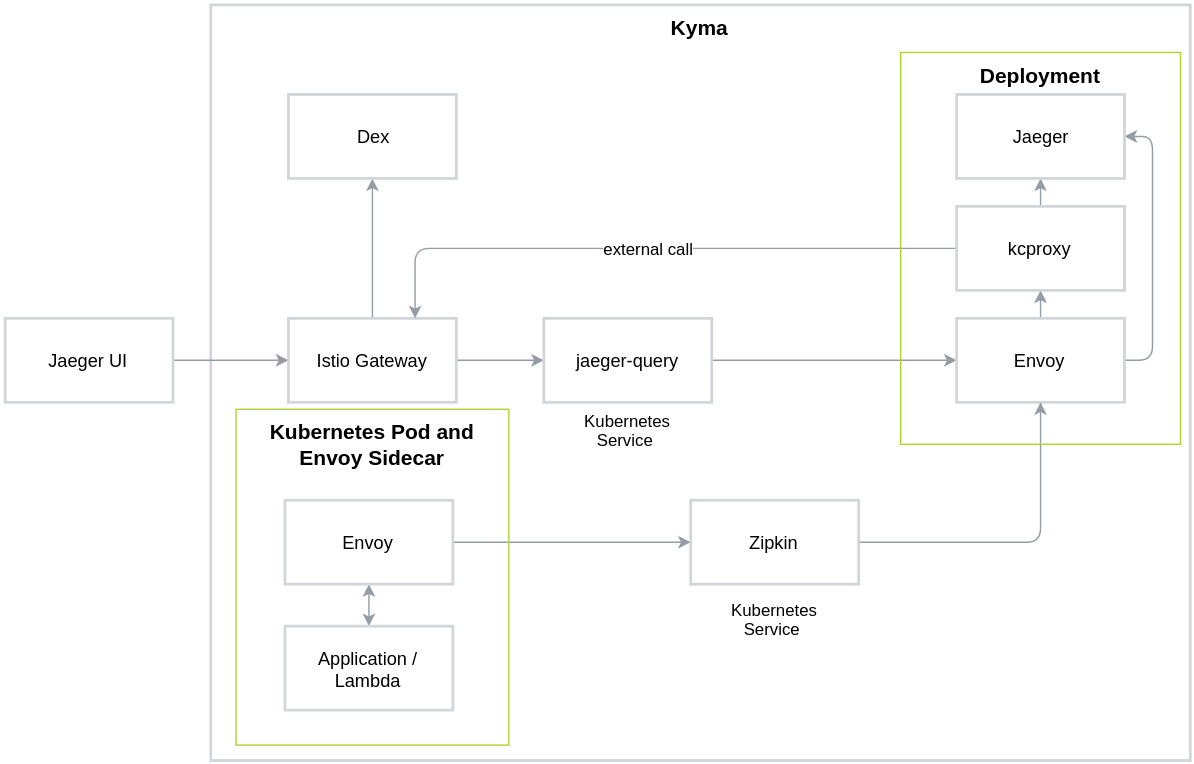
The draw.io diagram docs/tracing/assets/tracing-architecture.svg in kyma-project/kyma, before a commit. Source tidied: cells renumbered, new cells last; positions are measured from the earlier drawing's top-left corner, leaving out a move shared by most shapes.
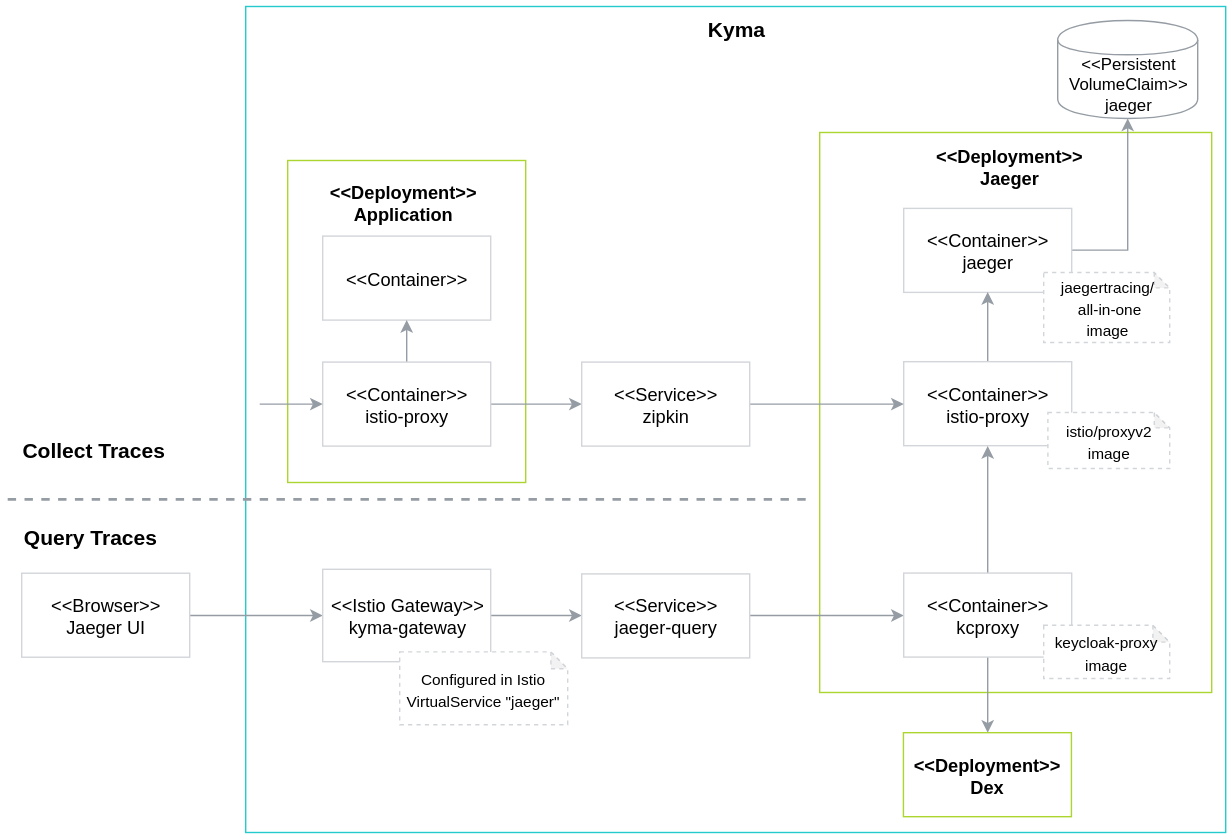
After the commit.

Commit message:
Improve tracing architecture documentation

Diff of the diagram source:
```diff
@@ -1,92 +1,113 @@
-<mxGraphModel background="#FFFFFF">
+<mxGraphModel background="#ffffff">
   <root>
     <mxCell id="0" />
     <mxCell id="1" parent="0" />
-    <mxCell id="2" value="&lt;font style=&quot;font-size: 15px&quot;&gt;&lt;b&gt;Kyma&lt;/b&gt;&lt;/font&gt;" style="rounded=0;whiteSpace=wrap;html=1;strokeColor=#D2D5D9;strokeWidth=2;fillColor=none;verticalAlign=top;labelBackgroundColor=none;" parent="1" vertex="1">
-      <mxGeometry x="147" width="700" height="540" as="geometry" />
+    <mxCell id="2" value="&lt;font style=&quot;font-size: 15px&quot;&gt;&lt;b&gt;Kyma&lt;/b&gt;&lt;/font&gt;" style="rounded=0;whiteSpace=wrap;html=1;strokeColor=#24CACC;fillColor=none;fontSize=13;verticalAlign=top;" parent="1" vertex="1">
+      <mxGeometry x="-20" y="114" width="700" height="590" as="geometry" />
     </mxCell>
-    <mxCell id="3" style="edgeStyle=orthogonalEdgeStyle;rounded=0;html=1;jettySize=auto;strokeColor=#959CA4;strokeWidth=1;" parent="1" edge="1" source="4" target="7">
-      <mxGeometry relative="1" as="geometry" />
+    <mxCell id="3" style="rounded=0;whiteSpace=wrap;html=1;fontSize=13;strokeColor=#ACD62F;" parent="1" vertex="1">
+      <mxGeometry x="390" y="204" width="280" height="400" as="geometry" />
     </mxCell>
-    <mxCell id="4" value="&lt;font style=&quot;font-size: 13px&quot;&gt;Jaeger UI&lt;/font&gt;" style="rounded=0;whiteSpace=wrap;html=1;strokeColor=#D2D5D9;strokeWidth=2;" parent="1" vertex="1">
-      <mxGeometry y="224" width="120" height="60" as="geometry" />
+    <mxCell id="4" style="edgeStyle=orthogonalEdgeStyle;rounded=0;jettySize=auto;html=1;exitX=1;exitY=0.5;exitDx=0;exitDy=0;entryX=0;entryY=0.5;entryDx=0;entryDy=0;fontSize=13;strokeColor=#959CA4;" parent="1" edge="1" source="5" target="7">
+      <mxGeometry relative="1" as="geometry" />
     </mxCell>
-    <mxCell id="5" style="edgeStyle=orthogonalEdgeStyle;rounded=1;html=1;jettySize=auto;strokeColor=#959CA4;strokeWidth=1;" parent="1" edge="1" source="7" target="10">
-      <mxGeometry relative="1" as="geometry" />
+    <mxCell id="5" value="&lt;font style=&quot;font-size: 13px&quot;&gt;&amp;lt;&amp;lt;Browser&amp;gt;&amp;gt;&lt;br&gt;Jaeger UI&lt;/font&gt;" style="rounded=0;whiteSpace=wrap;html=1;strokeColor=#D2D5D9;" parent="1" vertex="1">
+      <mxGeometry x="-180" y="518.8" width="120" height="60" as="geometry" />
     </mxCell>
-    <mxCell id="6" style="edgeStyle=orthogonalEdgeStyle;rounded=1;html=1;jettySize=auto;strokeColor=#959CA4;strokeWidth=1;" parent="1" edge="1" source="7" target="9">
+    <mxCell id="6" style="edgeStyle=orthogonalEdgeStyle;rounded=0;jettySize=auto;html=1;exitX=1;exitY=0.5;exitDx=0;exitDy=0;entryX=0;entryY=0.5;entryDx=0;entryDy=0;fontSize=13;strokeColor=#959CA4;" parent="1" edge="1" source="7" target="9">
       <mxGeometry relative="1" as="geometry" />
     </mxCell>
-    <mxCell id="7" value="&lt;font style=&quot;font-size: 13px&quot;&gt;Istio Gateway&lt;/font&gt;" style="rounded=0;whiteSpace=wrap;html=1;strokeColor=#D2D5D9;strokeWidth=2;" parent="1" vertex="1">
-      <mxGeometry x="202.5" y="224" width="120" height="60" as="geometry" />
+    <mxCell id="7" value="&amp;lt;&amp;lt;Istio Gateway&amp;gt;&amp;gt;&lt;br style=&quot;font-size: 13px;&quot;&gt;kyma-gateway" style="rounded=0;whiteSpace=wrap;html=1;fontSize=13;strokeColor=#D2D5D9;" parent="1" vertex="1">
+      <mxGeometry x="35" y="516" width="120" height="66" as="geometry" />
     </mxCell>
-    <mxCell id="8" style="edgeStyle=orthogonalEdgeStyle;rounded=1;html=1;entryX=0;entryY=0.5;jettySize=auto;strokeColor=#959CA4;strokeWidth=1;" parent="1" edge="1" source="9" target="13">
+    <mxCell id="8" style="edgeStyle=orthogonalEdgeStyle;rounded=0;jettySize=auto;html=1;entryX=0;entryY=0.5;entryDx=0;entryDy=0;fontSize=13;strokeColor=#959CA4;" parent="1" edge="1" source="9" target="16">
       <mxGeometry relative="1" as="geometry" />
     </mxCell>
-    <mxCell id="9" value="&lt;font style=&quot;font-size: 13px&quot;&gt;jaeger-query&lt;/font&gt;" style="rounded=0;whiteSpace=wrap;html=1;strokeColor=#D2D5D9;strokeWidth=2;" parent="1" vertex="1">
-      <mxGeometry x="385" y="224" width="120" height="60" as="geometry" />
+    <mxCell id="9" value="&amp;lt;&amp;lt;Service&amp;gt;&amp;gt;&lt;br style=&quot;font-size: 13px;&quot;&gt;jaeger-query" style="rounded=0;whiteSpace=wrap;html=1;fontSize=13;strokeColor=#D2D5D9;" parent="1" vertex="1">
+      <mxGeometry x="220" y="519.3" width="120" height="60" as="geometry" />
     </mxCell>
-    <mxCell id="10" value="&lt;font style=&quot;font-size: 13px&quot;&gt;Dex&lt;/font&gt;" style="rounded=0;whiteSpace=wrap;html=1;strokeColor=#D2D5D9;strokeWidth=2;" parent="1" vertex="1">
-      <mxGeometry x="202.5" y="64" width="120" height="60" as="geometry" />
+    <mxCell id="10" style="edgeStyle=orthogonalEdgeStyle;rounded=0;jettySize=auto;html=1;strokeColor=#959CA4;exitX=1;exitY=0.5;exitDx=0;exitDy=0;" parent="1" edge="1" source="11" target="34">
+      <mxGeometry relative="1" as="geometry" />
     </mxCell>
-    <mxCell id="11" style="edgeStyle=orthogonalEdgeStyle;rounded=1;html=1;jettySize=auto;strokeColor=#959CA4;" parent="1" edge="1" source="13" target="17">
-      <mxGeometry relative="1" as="geometry" />
+    <mxCell id="11" value="&amp;lt;&amp;lt;Container&amp;gt;&amp;gt;&lt;br style=&quot;font-size: 13px;&quot;&gt;jaeger" style="rounded=0;whiteSpace=wrap;html=1;fontSize=13;strokeColor=#D2D5D9;" parent="1" vertex="1">
+      <mxGeometry x="450" y="258.2" width="120" height="60" as="geometry" />
     </mxCell>
-    <mxCell id="12" style="edgeStyle=orthogonalEdgeStyle;rounded=1;html=1;entryX=1;entryY=0.5;jettySize=auto;strokeColor=#959CA4;" parent="1" edge="1" source="13" target="18">
-      <mxGeometry relative="1" as="geometry">
-        <Array as="points">
-          <mxPoint x="820" y="254" />
-          <mxPoint x="820" y="94" />
-        </Array>
-      </mxGeometry>
+    <mxCell id="12" style="edgeStyle=orthogonalEdgeStyle;rounded=0;jettySize=auto;html=1;exitX=0.5;exitY=0;exitDx=0;exitDy=0;entryX=0.5;entryY=1;entryDx=0;entryDy=0;fontSize=13;strokeColor=#959CA4;" parent="1" edge="1" source="13" target="11">
+      <mxGeometry relative="1" as="geometry" />
     </mxCell>
-    <mxCell id="13" value="&lt;font style=&quot;font-size: 13px&quot;&gt;Envoy&lt;/font&gt;" style="rounded=0;whiteSpace=wrap;html=1;strokeColor=#D2D5D9;strokeWidth=2;" parent="1" vertex="1">
-      <mxGeometry x="680" y="224" width="120" height="60" as="geometry" />
+    <mxCell id="13" value="&amp;lt;&amp;lt;Container&amp;gt;&amp;gt;&lt;br style=&quot;font-size: 13px;&quot;&gt;istio-proxy" style="rounded=0;whiteSpace=wrap;html=1;fontSize=13;strokeColor=#D2D5D9;" parent="1" vertex="1">
+      <mxGeometry x="450" y="367.7" width="120" height="60" as="geometry" />
     </mxCell>
-    <mxCell id="14" style="edgeStyle=orthogonalEdgeStyle;rounded=1;html=1;jettySize=auto;strokeColor=#959CA4;" parent="1" edge="1" source="17" target="18">
+    <mxCell id="14" style="edgeStyle=orthogonalEdgeStyle;rounded=0;jettySize=auto;html=1;exitX=0.5;exitY=0;exitDx=0;exitDy=0;entryX=0.5;entryY=1;entryDx=0;entryDy=0;fontSize=13;strokeColor=#959CA4;" parent="1" edge="1" source="16" target="13">
       <mxGeometry relative="1" as="geometry" />
     </mxCell>
-    <mxCell id="15" style="edgeStyle=orthogonalEdgeStyle;rounded=1;html=1;entryX=0.75;entryY=0;jettySize=auto;strokeColor=#959CA4;strokeWidth=1;" parent="1" edge="1" source="17" target="7">
+    <mxCell id="15" style="edgeStyle=orthogonalEdgeStyle;rounded=0;jettySize=auto;html=1;fontSize=13;strokeColor=#959CA4;" parent="1" edge="1" source="16" target="17">
       <mxGeometry relative="1" as="geometry" />
     </mxCell>
-    <mxCell id="16" value="external call" style="text;html=1;points=[];align=center;verticalAlign=middle;labelBackgroundColor=#ffffff;" parent="15" vertex="1">
-      <mxGeometry x="0.01" y="-1" relative="1" as="geometry" />
+    <mxCell id="16" value="&amp;lt;&amp;lt;Container&amp;gt;&amp;gt;&lt;br style=&quot;font-size: 13px;&quot;&gt;kcproxy" style="rounded=0;whiteSpace=wrap;html=1;fontSize=13;strokeColor=#D2D5D9;" parent="1" vertex="1">
+      <mxGeometry x="450" y="518.7" width="120" height="60" as="geometry" />
     </mxCell>
-    <mxCell id="17" value="&lt;font style=&quot;font-size: 13px&quot;&gt;kcproxy&lt;/font&gt;" style="rounded=0;whiteSpace=wrap;html=1;strokeColor=#D2D5D9;strokeWidth=2;" parent="1" vertex="1">
-      <mxGeometry x="680" y="144" width="120" height="60" as="geometry" />
+    <mxCell id="17" value="&lt;b&gt;&amp;lt;&amp;lt;Deployment&amp;gt;&amp;gt;&lt;br style=&quot;font-size: 13px&quot;&gt;Dex&lt;/b&gt;" style="rounded=0;whiteSpace=wrap;html=1;fontSize=13;strokeColor=#ACD62F;" parent="1" vertex="1">
+      <mxGeometry x="449.8" y="632.7" width="120" height="60" as="geometry" />
     </mxCell>
-    <mxCell id="18" value="&lt;font style=&quot;font-size: 13px&quot;&gt;Jaeger&lt;/font&gt;" style="rounded=0;whiteSpace=wrap;html=1;strokeColor=#D2D5D9;strokeWidth=2;" parent="1" vertex="1">
-      <mxGeometry x="680" y="64" width="120" height="60" as="geometry" />
+    <mxCell id="18" style="rounded=0;whiteSpace=wrap;html=1;fontSize=13;strokeColor=#ACD62F;" parent="1" vertex="1">
+      <mxGeometry x="10" y="224" width="170" height="230" as="geometry" />
     </mxCell>
-    <mxCell id="19" style="edgeStyle=orthogonalEdgeStyle;rounded=1;html=1;jettySize=auto;startArrow=classic;startFill=1;strokeColor=#959CA4;" parent="1" edge="1" source="21" target="22">
-      <mxGeometry relative="1" as="geometry" />
+    <mxCell id="19" value="&lt;font style=&quot;font-size: 13px&quot;&gt;&amp;lt;&amp;lt;Container&amp;gt;&amp;gt;&lt;/font&gt;" style="rounded=0;whiteSpace=wrap;html=1;fontSize=13;strokeColor=#D2D5D9;" parent="1" vertex="1">
+      <mxGeometry x="35" y="278" width="120" height="60" as="geometry" />
     </mxCell>
-    <mxCell id="20" style="edgeStyle=orthogonalEdgeStyle;rounded=1;html=1;startArrow=none;startFill=0;jettySize=auto;strokeColor=#959CA4;strokeWidth=1;" parent="1" edge="1" source="21" target="24">
+    <mxCell id="20" style="edgeStyle=orthogonalEdgeStyle;rounded=0;jettySize=auto;html=1;exitX=0.5;exitY=0;exitDx=0;exitDy=0;entryX=0.5;entryY=1;entryDx=0;entryDy=0;fontSize=13;strokeColor=#959CA4;" parent="1" edge="1" source="22" target="19">
       <mxGeometry relative="1" as="geometry" />
     </mxCell>
-    <mxCell id="21" value="&lt;font style=&quot;font-size: 13px&quot;&gt;Envoy&lt;/font&gt;" style="rounded=0;whiteSpace=wrap;html=1;strokeColor=#D2D5D9;strokeWidth=2;" parent="1" vertex="1">
-      <mxGeometry x="200" y="354" width="120" height="60" as="geometry" />
+    <mxCell id="21" style="edgeStyle=orthogonalEdgeStyle;rounded=0;jettySize=auto;html=1;exitX=1;exitY=0.5;exitDx=0;exitDy=0;entryX=0;entryY=0.5;entryDx=0;entryDy=0;fontSize=13;strokeColor=#959CA4;" parent="1" edge="1" source="22" target="25">
+      <mxGeometry relative="1" as="geometry" />
     </mxCell>
-    <mxCell id="22" value="&lt;font style=&quot;font-size: 13px&quot;&gt;Application / Lambda&lt;/font&gt;" style="rounded=0;whiteSpace=wrap;html=1;strokeColor=#D2D5D9;strokeWidth=2;" parent="1" vertex="1">
-      <mxGeometry x="200" y="444" width="120" height="60" as="geometry" />
+    <mxCell id="22" value="&lt;font style=&quot;font-size: 13px&quot;&gt;&amp;lt;&amp;lt;Container&amp;gt;&amp;gt;&lt;br style=&quot;font-size: 13px;&quot;&gt;istio-proxy&lt;/font&gt;" style="rounded=0;whiteSpace=wrap;html=1;fontSize=13;strokeColor=#D2D5D9;" parent="1" vertex="1">
+      <mxGeometry x="35" y="368" width="120" height="60" as="geometry" />
     </mxCell>
-    <mxCell id="23" style="edgeStyle=orthogonalEdgeStyle;rounded=1;html=1;entryX=0.5;entryY=1;startArrow=none;startFill=0;jettySize=auto;strokeColor=#959CA4;strokeWidth=1;" parent="1" edge="1" source="24" target="13">
-      <mxGeometry relative="1" as="geometry" />
+    <mxCell id="23" value="&lt;font style=&quot;font-size: 13px&quot;&gt;&lt;b&gt;&amp;lt;&amp;lt;Deployment&amp;gt;&amp;gt;&lt;br style=&quot;font-size: 13px&quot;&gt;Application&lt;/b&gt;&lt;/font&gt;" style="text;html=1;strokeColor=none;fillColor=none;align=center;verticalAlign=middle;whiteSpace=wrap;rounded=0;fontSize=13;" parent="1" vertex="1">
+      <mxGeometry x="70" y="244" width="45" height="20" as="geometry" />
     </mxCell>
-    <mxCell id="24" value="&lt;font style=&quot;font-size: 13px&quot;&gt;Zipkin&lt;/font&gt;" style="rounded=0;whiteSpace=wrap;html=1;strokeColor=#D2D5D9;strokeWidth=2;" parent="1" vertex="1">
-      <mxGeometry x="490" y="354" width="120" height="60" as="geometry" />
+    <mxCell id="24" style="edgeStyle=orthogonalEdgeStyle;rounded=0;jettySize=auto;html=1;entryX=0;entryY=0.5;entryDx=0;entryDy=0;fontSize=13;strokeColor=#959CA4;" parent="1" edge="1" source="25" target="13">
+      <mxGeometry relative="1" as="geometry" />
     </mxCell>
-    <mxCell id="25" value="&lt;font size=&quot;1&quot;&gt;&lt;b style=&quot;font-size: 15px&quot;&gt;Deployment&lt;/b&gt;&lt;/font&gt;" style="rounded=0;whiteSpace=wrap;html=1;strokeColor=#ACD62F;strokeWidth=1;fillColor=none;verticalAlign=top;" parent="1" vertex="1">
-      <mxGeometry x="640" y="34" width="200" height="280" as="geometry" />
+    <mxCell id="25" value="&amp;lt;&amp;lt;Service&amp;gt;&amp;gt;&lt;br style=&quot;font-size: 13px;&quot;&gt;zipkin" style="rounded=0;whiteSpace=wrap;html=1;fontSize=13;strokeColor=#D2D5D9;" parent="1" vertex="1">
+      <mxGeometry x="220" y="368" width="120" height="60" as="geometry" />
     </mxCell>
-    <mxCell id="26" value="&lt;b&gt;&lt;font style=&quot;font-size: 15px&quot;&gt;Kubernetes Pod and Envoy Sidecar&lt;/font&gt;&lt;/b&gt;" style="rounded=0;whiteSpace=wrap;html=1;strokeColor=#ACD62F;strokeWidth=1;fillColor=none;verticalAlign=top;" parent="1" vertex="1">
-      <mxGeometry x="165" y="289" width="195" height="240" as="geometry" />
+    <mxCell id="26" value="&lt;b&gt;&amp;lt;&amp;lt;Deployment&amp;gt;&amp;gt;&lt;br style=&quot;font-size: 13px&quot;&gt;Jaeger&lt;/b&gt;" style="text;html=1;strokeColor=none;fillColor=none;align=center;verticalAlign=middle;whiteSpace=wrap;rounded=0;fontSize=13;" parent="1" vertex="1">
+      <mxGeometry x="505" y="218" width="40" height="20" as="geometry" />
     </mxCell>
-    <mxCell id="27" value="Kubernetes Service&amp;nbsp;" style="text;html=1;strokeColor=none;fillColor=none;align=center;verticalAlign=middle;whiteSpace=wrap;rounded=0;" parent="1" vertex="1">
-      <mxGeometry x="505" y="424" width="90" height="30" as="geometry" />
+    <mxCell id="27" value="&lt;font style=&quot;font-size: 11px&quot;&gt;Configured in Istio VirtualService&amp;nbsp;&quot;jaeger&quot;&lt;/font&gt;" style="shape=note;whiteSpace=wrap;html=1;backgroundOutline=1;darkOpacity=0.05;size=12;fontSize=13;strokeColor=#D2D5D9;dashed=1;" parent="1" vertex="1">
+      <mxGeometry x="90" y="575" width="120" height="52" as="geometry" />
     </mxCell>
-    <mxCell id="28" value="Kubernetes Service&amp;nbsp;" style="text;html=1;strokeColor=none;fillColor=none;align=center;verticalAlign=middle;whiteSpace=wrap;rounded=0;" parent="1" vertex="1">
-      <mxGeometry x="400" y="289" width="90" height="30" as="geometry" />
+    <mxCell id="28" value="&lt;font style=&quot;font-size: 11px&quot;&gt;keycloak-proxy image&lt;/font&gt;" style="shape=note;whiteSpace=wrap;html=1;backgroundOutline=1;darkOpacity=0.05;size=12;fontSize=13;strokeColor=#D2D5D9;dashed=1;" parent="1" vertex="1">
+      <mxGeometry x="550" y="556" width="90" height="38" as="geometry" />
     </mxCell>
+    <mxCell id="29" value="&lt;font style=&quot;font-size: 11px&quot;&gt;istio/proxyv2&lt;br&gt;image&lt;/font&gt;" style="shape=note;whiteSpace=wrap;html=1;backgroundOutline=1;darkOpacity=0.05;size=11;fontSize=13;strokeColor=#D2D5D9;dashed=1;" parent="1" vertex="1">
+      <mxGeometry x="553" y="404" width="87" height="40" as="geometry" />
+    </mxCell>
+    <mxCell id="30" value="&lt;font style=&quot;font-size: 11px&quot;&gt;jaegertracing/&lt;br&gt;&amp;nbsp;all-in-one&lt;br&gt;image&lt;/font&gt;" style="shape=note;whiteSpace=wrap;html=1;backgroundOutline=1;darkOpacity=0.05;size=11;fontSize=13;strokeColor=#D2D5D9;dashed=1;" parent="1" vertex="1">
+      <mxGeometry x="550" y="304" width="90" height="50" as="geometry" />
+    </mxCell>
+    <mxCell id="31" style="endArrow=none;dashed=1;html=1;strokeColor=#959CA4;fontSize=13;strokeWidth=2;" parent="1" edge="1">
+      <mxGeometry relative="1" as="geometry">
+        <mxPoint x="380" y="466" as="sourcePoint" />
+        <mxPoint x="-190" y="466" as="targetPoint" />
+      </mxGeometry>
+    </mxCell>
+    <mxCell id="32" value="&lt;font style=&quot;font-size: 15px&quot;&gt;&lt;b&gt;Collect Traces&lt;/b&gt;&lt;/font&gt;" style="text;html=1;align=left;verticalAlign=top;spacingTop=-4;fontSize=13;" parent="1" vertex="1">
+      <mxGeometry x="-181" y="419.5" width="120" height="20" as="geometry" />
+    </mxCell>
+    <mxCell id="33" value="&lt;b&gt;&lt;font style=&quot;font-size: 15px&quot;&gt;Query Traces&lt;/font&gt;&lt;/b&gt;" style="text;html=1;align=left;verticalAlign=top;spacingTop=-4;fontSize=13;" parent="1" vertex="1">
+      <mxGeometry x="-180" y="482" width="110" height="20" as="geometry" />
+    </mxCell>
+    <mxCell id="34" value="&amp;lt;&amp;lt;Persistent&lt;br&gt;VolumeClaim&amp;gt;&amp;gt;&lt;br&gt;jaeger" style="shape=cylinder;whiteSpace=wrap;html=1;boundedLbl=1;backgroundOutline=1;fillColor=none;strokeColor=#959CA4;" parent="1" vertex="1">
+      <mxGeometry x="560" y="124" width="100" height="70" as="geometry" />
+    </mxCell>
+    <mxCell id="35" style="edgeStyle=orthogonalEdgeStyle;rounded=0;jettySize=auto;html=1;entryX=0;entryY=0.5;entryDx=0;entryDy=0;fontSize=13;strokeColor=#959CA4;" parent="1" edge="1" target="22">
+      <mxGeometry relative="1" as="geometry">
+        <mxPoint x="-10" y="398" as="sourcePoint" />
+      </mxGeometry>
+    </mxCell>
   </root>
 </mxGraphModel>
```
